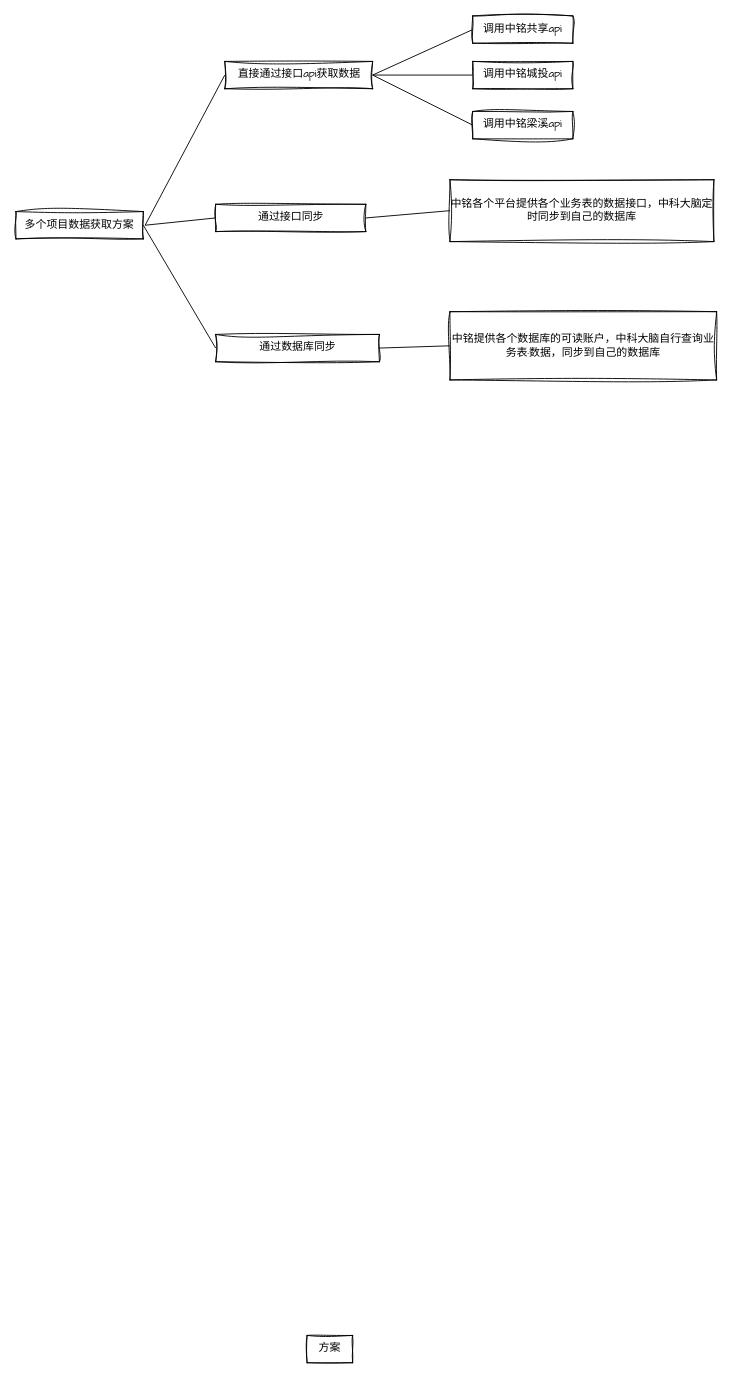
sweet-oranges/picture keeps this draw.io diagram as chapter01/未命名绘图.drawio. Above is the earlier version. Source tidied: cells renumbered, new cells numbered last; positions are measured from the earlier drawing's top-left corner, leaving out a move shared by most shapes. Both pictures are drawn from the tidied source at 91%, with x=0, y=0 at pixel (15, 15).
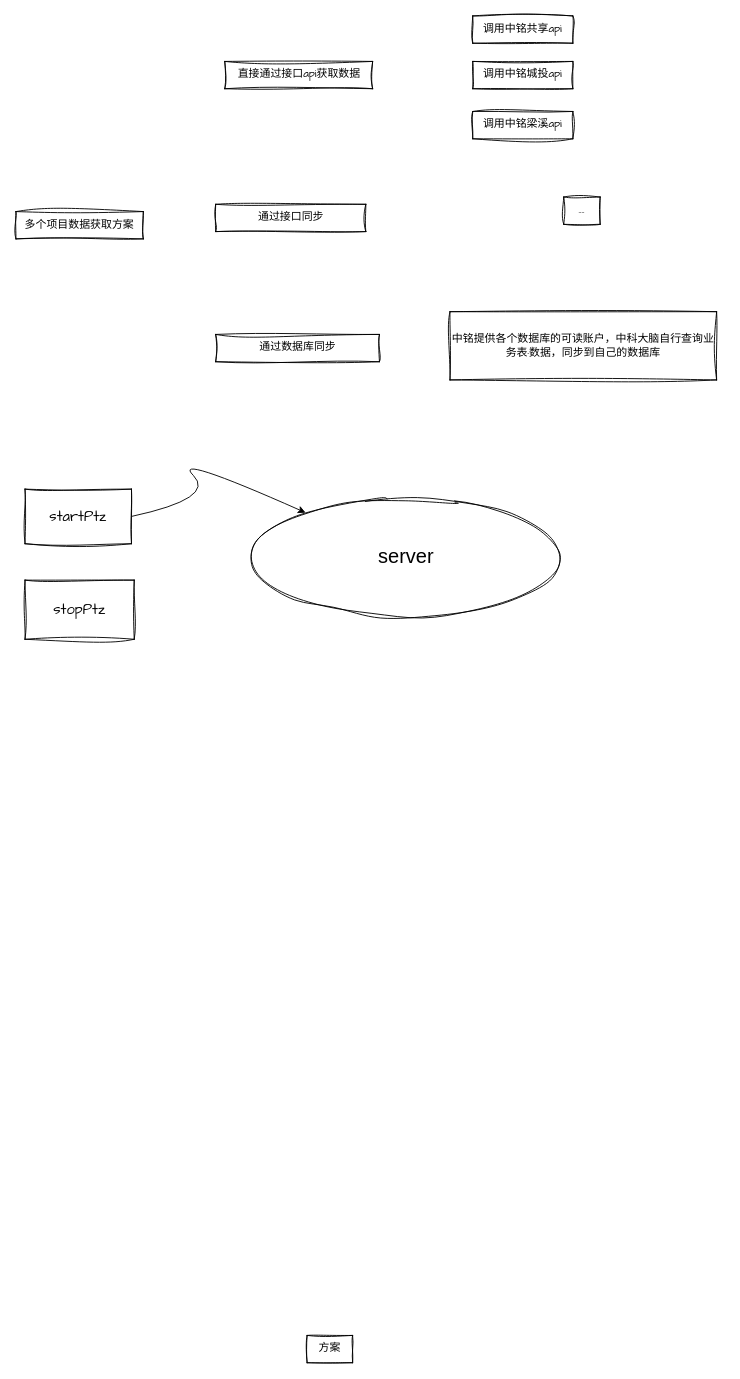
The same page after the edit.

Commit message:
更新未命名绘图.drawio

The change refers to these unchanged cells:
```xml
<mxCell id="2" value="多个项目数据获取方案" style="rounded=0;whiteSpace=wrap;html=1;shadow=0;glass=0;fontFamily=Comic Sans MS;labelBackgroundColor=none;disableMultiStroke=0;disableMultiStrokeFill=0;enumerate=0;fixedWidth=0;sketch=1;curveFitting=1;jiggle=2;fillStyle=auto;" parent="1" vertex="1">
  <mxGeometry y="215" width="140" height="30" as="geometry" />
</mxCell>
<mxCell id="3" value="直接通过接口api获取数据" style="rounded=0;whiteSpace=wrap;html=1;shadow=0;glass=0;fontFamily=Comic Sans MS;labelBackgroundColor=none;disableMultiStroke=0;disableMultiStrokeFill=0;enumerate=0;fixedWidth=0;sketch=1;curveFitting=1;jiggle=2;fillStyle=auto;" parent="1" vertex="1">
  <mxGeometry x="229.5" y="50" width="162.5" height="30" as="geometry" />
</mxCell>
<mxCell id="5" value="通过接口同步" style="rounded=0;whiteSpace=wrap;html=1;shadow=0;glass=0;fontFamily=Comic Sans MS;labelBackgroundColor=none;disableMultiStroke=0;disableMultiStrokeFill=0;enumerate=0;fixedWidth=0;sketch=1;curveFitting=1;jiggle=2;fillStyle=auto;" parent="1" vertex="1">
  <mxGeometry x="219.5" y="207" width="165" height="30" as="geometry" />
</mxCell>
<mxCell id="6" value="通过数据库同步" style="rounded=0;whiteSpace=wrap;html=1;shadow=0;glass=0;fontFamily=Comic Sans MS;labelBackgroundColor=none;disableMultiStroke=0;disableMultiStrokeFill=0;enumerate=0;fixedWidth=0;sketch=1;curveFitting=1;jiggle=2;fillStyle=auto;" parent="1" vertex="1">
  <mxGeometry x="219.5" y="350" width="180" height="30" as="geometry" />
</mxCell>
<mxCell id="7" value="调用中铭共享api" style="rounded=0;whiteSpace=wrap;html=1;shadow=0;glass=0;fontFamily=Comic Sans MS;labelBackgroundColor=none;disableMultiStroke=0;disableMultiStrokeFill=0;enumerate=0;fixedWidth=0;sketch=1;curveFitting=1;jiggle=2;fillStyle=auto;" parent="1" vertex="1">
  <mxGeometry x="502" width="110" height="30" as="geometry" />
</mxCell>
<mxCell id="8" value="调用中铭城投api" style="rounded=0;whiteSpace=wrap;html=1;shadow=0;glass=0;fontFamily=Comic Sans MS;labelBackgroundColor=none;disableMultiStroke=0;disableMultiStrokeFill=0;enumerate=0;fixedWidth=0;sketch=1;curveFitting=1;jiggle=2;fillStyle=auto;" parent="1" vertex="1">
  <mxGeometry x="502" y="50" width="110" height="30" as="geometry" />
</mxCell>
<mxCell id="9" value="调用中铭梁溪api" style="rounded=0;whiteSpace=wrap;html=1;shadow=0;glass=0;fontFamily=Comic Sans MS;labelBackgroundColor=none;disableMultiStroke=0;disableMultiStrokeFill=0;enumerate=0;fixedWidth=0;sketch=1;curveFitting=1;jiggle=2;fillStyle=auto;" parent="1" vertex="1">
  <mxGeometry x="502" y="105" width="110" height="30" as="geometry" />
</mxCell>
<mxCell id="11" value="中铭提供各个数据库的可读账户，中科大脑自行查询业务表·数据，同步到自己的数据库" style="rounded=0;whiteSpace=wrap;html=1;shadow=0;glass=0;fontFamily=Comic Sans MS;labelBackgroundColor=none;disableMultiStroke=0;disableMultiStrokeFill=0;enumerate=0;fixedWidth=0;sketch=1;curveFitting=1;jiggle=2;fillStyle=auto;" parent="1" vertex="1">
  <mxGeometry x="477" y="325" width="293" height="75" as="geometry" />
</mxCell>
```

Diff of the diagram source:
```diff
@@
-    <mxCell id="10" value="中铭各个平台提供各个业务表的数据接口，中科大脑定时同步到自己的数据库" style="rounded=0;whiteSpace=wrap;html=1;shadow=0;glass=0;fontFamily=Comic Sans MS;labelBackgroundColor=none;disableMultiStroke=0;disableMultiStrokeFill=0;enumerate=0;fixedWidth=0;sketch=1;curveFitting=1;jiggle=2;fillStyle=auto;" parent="1" vertex="1">
-      <mxGeometry x="477" y="180" width="290" height="68" as="geometry" />
+    <mxCell id="10" value="...." style="rounded=0;whiteSpace=wrap;html=1;shadow=0;glass=0;fontFamily=Comic Sans MS;labelBackgroundColor=none;disableMultiStroke=0;disableMultiStrokeFill=0;enumerate=0;fixedWidth=0;sketch=1;curveFitting=1;jiggle=2;fillStyle=auto;" parent="1" vertex="1">
+      <mxGeometry x="602" y="199" width="40" height="30" as="geometry" />
     </mxCell>
@@
-    <mxCell id="12" style="endArrow=none;html=1;rounded=0;entryX=0;entryY=0.5;entryDx=0;entryDy=0;" parent="1" edge="1" target="3">
-      <mxGeometry relative="1" as="geometry">
-        <mxPoint x="142" y="230" as="sourcePoint" />
-      </mxGeometry>
-    </mxCell>
-    <mxCell id="13" style="endArrow=none;html=1;rounded=0;entryX=0;entryY=0.5;entryDx=0;entryDy=0;" parent="1" edge="1" target="5">
-      <mxGeometry relative="1" as="geometry">
-        <mxPoint x="142" y="230" as="sourcePoint" />
-      </mxGeometry>
-    </mxCell>
-    <mxCell id="14" style="endArrow=none;html=1;rounded=0;exitX=1;exitY=0.5;exitDx=0;exitDy=0;entryX=0;entryY=0.5;entryDx=0;entryDy=0;" parent="1" edge="1" source="2" target="6">
-      <mxGeometry relative="1" as="geometry" />
-    </mxCell>
-    <mxCell id="15" style="endArrow=none;html=1;rounded=0;entryX=0;entryY=0.5;entryDx=0;entryDy=0;exitX=1;exitY=0.5;exitDx=0;exitDy=0;" parent="1" edge="1" source="3" target="7">
-      <mxGeometry relative="1" as="geometry" />
-    </mxCell>
-    <mxCell id="16" style="endArrow=none;html=1;rounded=0;entryX=0;entryY=0.5;entryDx=0;entryDy=0;exitX=1;exitY=0.5;exitDx=0;exitDy=0;" parent="1" edge="1" source="3" target="8">
-      <mxGeometry relative="1" as="geometry" />
-    </mxCell>
-    <mxCell id="17" style="endArrow=none;html=1;rounded=0;exitX=1;exitY=0.5;exitDx=0;exitDy=0;entryX=0;entryY=0.5;entryDx=0;entryDy=0;" parent="1" edge="1" source="3" target="9">
-      <mxGeometry relative="1" as="geometry" />
-    </mxCell>
-    <mxCell id="18" style="endArrow=none;html=1;rounded=0;exitX=1;exitY=0.5;exitDx=0;exitDy=0;entryX=0;entryY=0.5;entryDx=0;entryDy=0;" parent="1" edge="1" source="5" target="10">
-      <mxGeometry relative="1" as="geometry" />
-    </mxCell>
-    <mxCell id="19" style="endArrow=none;html=1;rounded=0;exitX=1;exitY=0.5;exitDx=0;exitDy=0;entryX=0;entryY=0.5;entryDx=0;entryDy=0;" parent="1" edge="1" source="6" target="11">
-      <mxGeometry relative="1" as="geometry" />
-    </mxCell>
-    <mxCell id="20" style="edgeStyle=none;rounded=0;orthogonalLoop=1;jettySize=auto;html=1;exitX=1;exitY=1;exitDx=0;exitDy=0;" parent="1" edge="1" source="11" target="11">
-      <mxGeometry relative="1" as="geometry" />
-    </mxCell>
+    <mxCell id="21" value="&lt;font style=&quot;font-size: 16px;&quot;&gt;startPtz&lt;/font&gt;" style="rounded=0;whiteSpace=wrap;html=1;shadow=0;glass=0;fontFamily=Comic Sans MS;labelBackgroundColor=none;disableMultiStroke=0;disableMultiStrokeFill=0;enumerate=0;fixedWidth=0;sketch=1;curveFitting=1;jiggle=2;fillStyle=auto;" parent="1" vertex="1">
+      <mxGeometry x="10" y="520" width="117" height="60" as="geometry" />
+    </mxCell>
+    <mxCell id="22" value="&lt;span style=&quot;font-size: 16px;&quot;&gt;stopPtz&lt;/span&gt;" style="rounded=0;whiteSpace=wrap;html=1;shadow=0;glass=0;fontFamily=Comic Sans MS;labelBackgroundColor=none;disableMultiStroke=0;disableMultiStrokeFill=0;enumerate=0;fixedWidth=0;sketch=1;curveFitting=1;jiggle=2;fillStyle=auto;fillColor=none;imageAspect=1;" parent="1" vertex="1">
+      <mxGeometry x="10" y="620" width="120" height="65" as="geometry" />
+    </mxCell>
+    <mxCell id="23" value="&lt;span style=&quot;font-size: 22px;&quot;&gt;server&lt;/span&gt;" style="ellipse;whiteSpace=wrap;html=1;sketch=1;curveFitting=1;jiggle=2;shadow=0;" parent="1" vertex="1">
+      <mxGeometry x="260" y="530" width="338" height="130" as="geometry" />
+    </mxCell>
+    <mxCell id="24" style="curved=1;endArrow=classic;html=1;rounded=0;exitX=1;exitY=0.5;exitDx=0;exitDy=0;" parent="1" edge="1" source="21" target="23">
+      <mxGeometry relative="1" as="geometry">
+        <Array as="points">
+          <mxPoint x="220" y="530" />
+          <mxPoint x="170" y="480" />
+        </Array>
+      </mxGeometry>
+    </mxCell>
```
